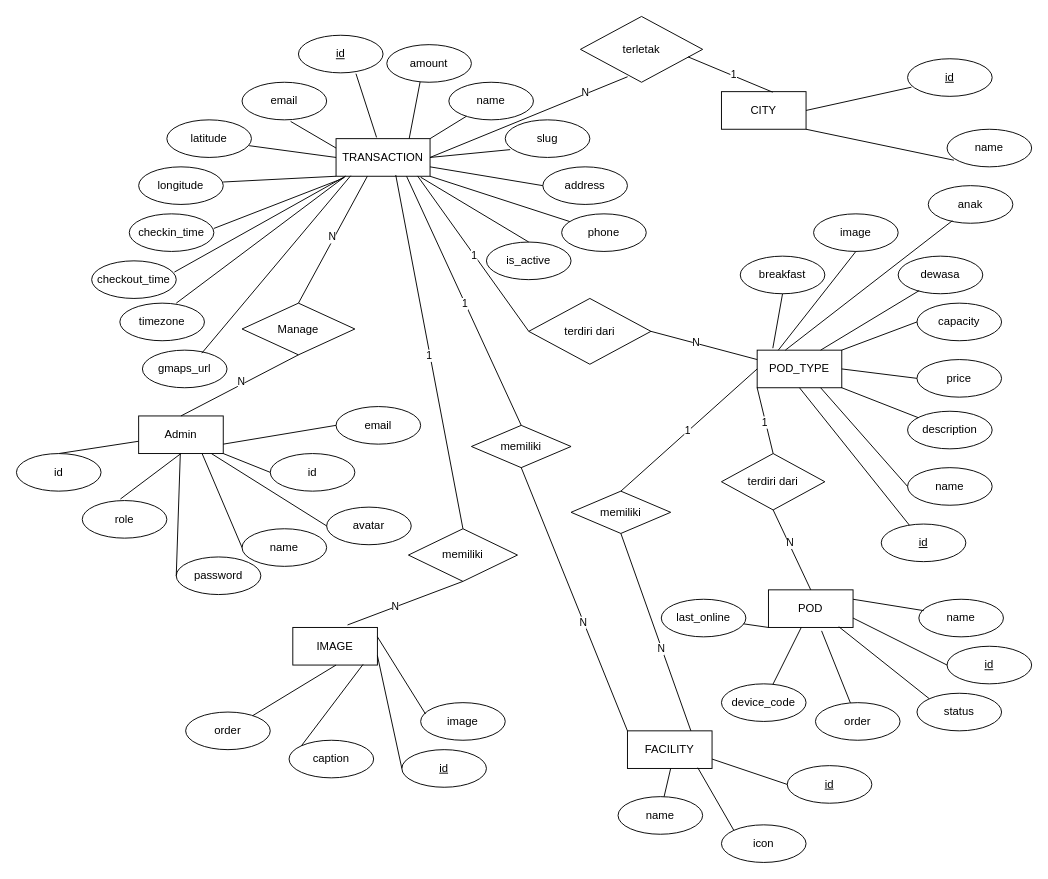
aliifam/final-project keeps this draw.io diagram as page "2" (2 of 6) of diagram/raw/erd/erd.drawio. Above is the earlier version. Source tidied: cells renumbered, new cells numbered last; positions are measured from the earlier drawing's top-left corner, leaving out a move shared by most shapes. Both pictures are drawn from the tidied source at 94%, with x=0, y=0 at pixel (16, 16).
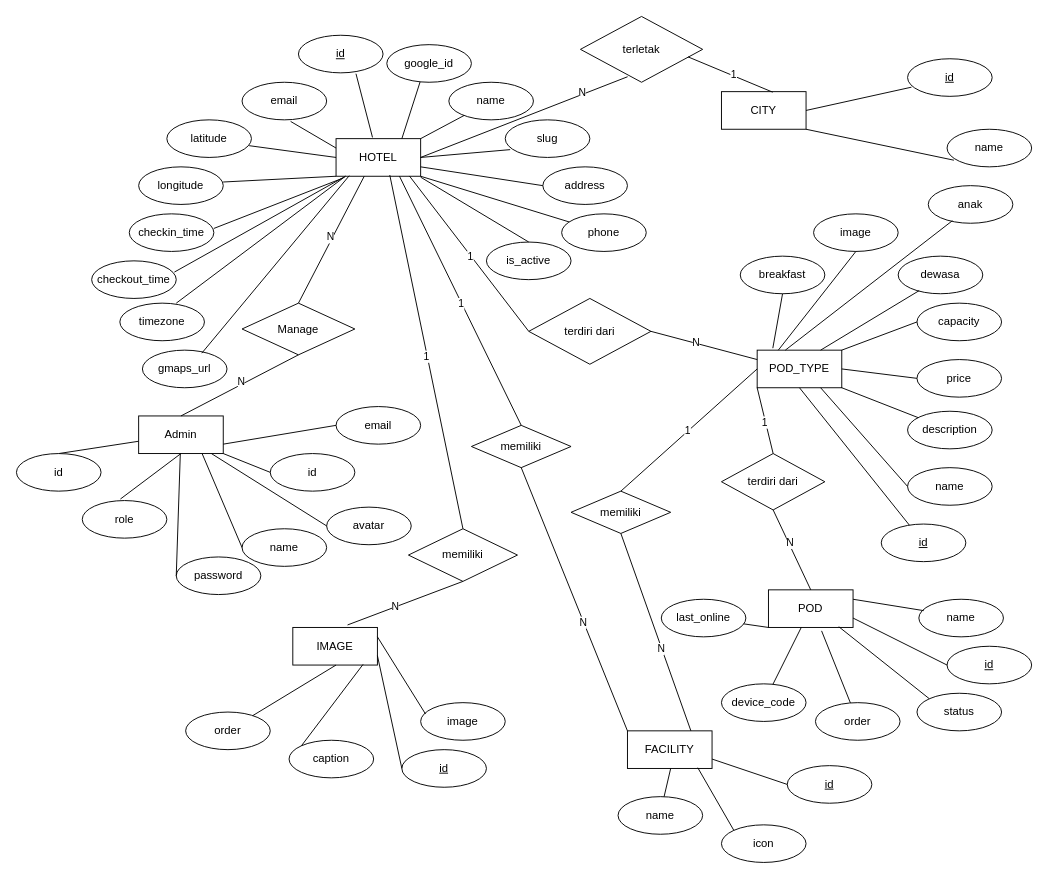
The same page after the edit.

Change to the diagram source:
```diff
@@
-    <mxCell id="3" value="TRANSACTION" style="rounded=0;whiteSpace=wrap;html=1;" parent="1" vertex="1">
-      <mxGeometry x="340" y="130" width="100" height="40" as="geometry" />
+    <mxCell id="3" value="HOTEL" style="rounded=0;whiteSpace=wrap;html=1;" parent="1" vertex="1">
+      <mxGeometry x="340" y="130" width="90" height="40" as="geometry" />
     </mxCell>
@@
-    <mxCell id="9" value="amount" style="ellipse;whiteSpace=wrap;html=1;" parent="1" vertex="1">
+    <mxCell id="9" value="google_id" style="ellipse;whiteSpace=wrap;html=1;" parent="1" vertex="1">
       <mxGeometry x="394" y="30" width="90" height="40" as="geometry" />
     </mxCell>
```
